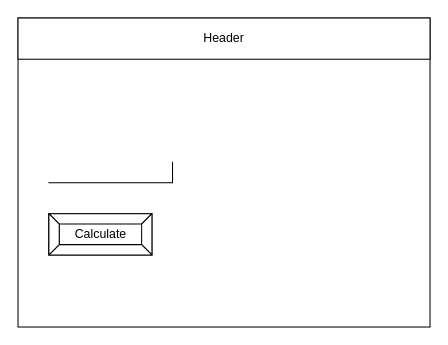
Before: design/story-board.drawio in darcy-murphy/ICS2O-Unit3-03, a draw.io diagram. Source tidied: cells renumbered, new cells numbered last; positions are measured from the earlier drawing's top-left corner, leaving out a move shared by most shapes. Both pictures are drawn from the tidied source at 103%, with x=0, y=0 at pixel (18, 18).
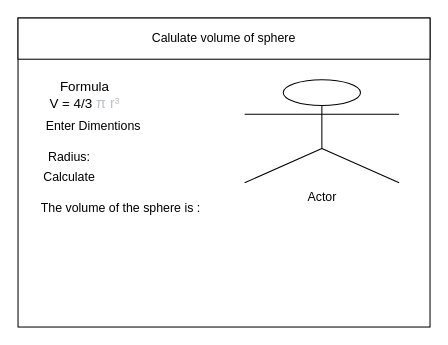
Above is the later version.

What changed in the source:
```diff
@@
 <mxGraphModel>
   <root>
     <mxCell id="0" />
     <mxCell id="1" parent="0" />
     <mxCell id="2" style="rounded=0;whiteSpace=wrap;html=1;" parent="1" vertex="1">
       <mxGeometry width="400" height="300" as="geometry" />
     </mxCell>
-    <mxCell id="3" value="Header" style="rounded=0;whiteSpace=wrap;html=1;" parent="1" vertex="1">
+    <mxCell id="3" value="Calulate volume of sphere" style="rounded=0;whiteSpace=wrap;html=1;" parent="1" vertex="1">
       <mxGeometry width="400" height="40" as="geometry" />
     </mxCell>
-    <mxCell id="4" style="shape=partialRectangle;whiteSpace=wrap;html=1;top=0;left=0;fillColor=none;" parent="1" vertex="1">
-      <mxGeometry x="30" y="140" width="120" height="20" as="geometry" />
-    </mxCell>
-    <mxCell id="5" value="Calculate" style="labelPosition=center;verticalLabelPosition=middle;align=center;html=1;shape=mxgraph.basic.button;dx=10;" parent="1" vertex="1">
-      <mxGeometry x="30" y="190" width="100" height="40" as="geometry" />
+    <mxCell id="5" value="&lt;span style=&quot;font-size: 13px ; text-align: left&quot;&gt;Formula&lt;/span&gt;&lt;br style=&quot;font-size: 13px ; text-align: left&quot;&gt;&lt;span style=&quot;font-size: 13px ; text-align: left&quot;&gt;V = 4/3&amp;nbsp;&lt;/span&gt;&lt;span style=&quot;text-align: left ; color: rgb(189 , 193 , 198) ; font-family: &amp;#34;arial&amp;#34; , sans-serif ; font-size: 14px&quot;&gt;π r&lt;/span&gt;&lt;font color=&quot;#bdc1c6&quot; face=&quot;arial, sans-serif&quot; style=&quot;font-size: 13px ; text-align: left&quot;&gt;&lt;span style=&quot;font-size: 14px&quot;&gt;³&lt;/span&gt;&lt;/font&gt;" style="text;html=1;strokeColor=none;fillColor=none;align=center;verticalAlign=middle;whiteSpace=wrap;rounded=0;" parent="1" vertex="1">
+      <mxGeometry x="20" y="60" width="90" height="30" as="geometry" />
     </mxCell>
+    <mxCell id="6" value="Enter Dimentions&amp;nbsp;" style="text;html=1;strokeColor=none;fillColor=none;align=center;verticalAlign=middle;whiteSpace=wrap;rounded=0;" parent="1" vertex="1">
+      <mxGeometry x="20" y="90" width="110" height="30" as="geometry" />
+    </mxCell>
+    <mxCell id="7" value="Radius:" style="text;html=1;strokeColor=none;fillColor=none;align=center;verticalAlign=middle;whiteSpace=wrap;rounded=0;" parent="1" vertex="1">
+      <mxGeometry x="20" y="120" width="60" height="30" as="geometry" />
+    </mxCell>
+    <mxCell id="8" value="Calculate" style="text;html=1;strokeColor=none;fillColor=none;align=center;verticalAlign=middle;whiteSpace=wrap;rounded=0;" parent="1" vertex="1">
+      <mxGeometry x="20" y="140" width="60" height="30" as="geometry" />
+    </mxCell>
+    <mxCell id="9" value="The volume of the sphere is :" style="text;html=1;strokeColor=none;fillColor=none;align=center;verticalAlign=middle;whiteSpace=wrap;rounded=0;" parent="1" vertex="1">
+      <mxGeometry x="20" y="170" width="160" height="30" as="geometry" />
+    </mxCell>
+    <mxCell id="10" value="Actor" style="shape=umlActor;verticalLabelPosition=bottom;verticalAlign=top;html=1;" parent="1" vertex="1">
+      <mxGeometry x="220" y="60" width="150" height="100" as="geometry" />
+    </mxCell>
   </root>
 </mxGraphModel>
```
